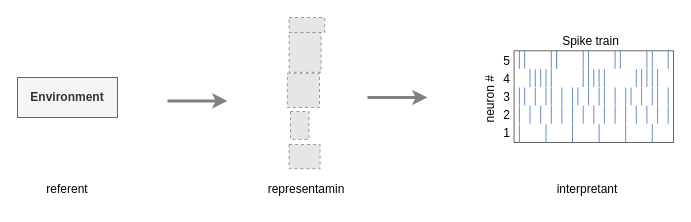
Before: page "env-semiotics" (4 of 6) of files/Paper-on-Loops-in-AI-and-Consciousness.drawio in malcolmlett/malcolmlett.github.io, a draw.io diagram. Source tidied: cells renumbered, new cells numbered last; positions are measured from the earlier drawing's top-left corner, leaving out a move shared by most shapes. Both pictures are drawn from the tidied source at 100%, with x=0, y=0 at pixel (17, 17). Pictures stored in the file or linked from it are replaced by grey dashed boxes.
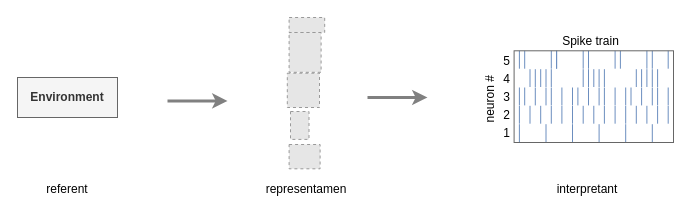
The same diagram, later.

The edit, as a diff of the source:
```diff
@@
-    <mxCell id="7" value="representamin" style="text;html=1;strokeColor=none;fillColor=none;align=center;verticalAlign=middle;whiteSpace=wrap;rounded=0;" parent="1" vertex="1">
+    <mxCell id="7" value="representamen" style="text;html=1;strokeColor=none;fillColor=none;align=center;verticalAlign=middle;whiteSpace=wrap;rounded=0;" parent="1" vertex="1">
       <mxGeometry x="239.4" y="157.2" width="100" height="30" as="geometry" />
     </mxCell>
```
